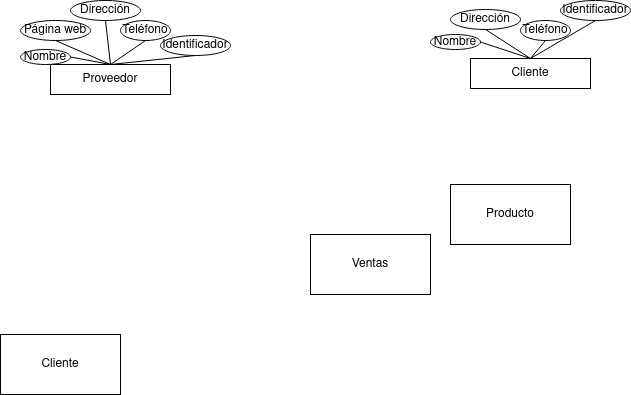
This is Unidad-1/Tareas/Tarea-1/Primer Diagrama.drawio.png from RafaelMayor/base-datos, a draw.io export, as it was before one commit. Source tidied: cells renumbered, new cells last; positions are measured from the earlier drawing's top-left corner, leaving out a move shared by most shapes. Source of this version:
```xml
<mxGraphModel>
  <root>
    <mxCell id="0" />
    <mxCell id="1" parent="0" />
    <mxCell id="2" value="Proveedor" style="rounded=0;whiteSpace=wrap;html=1;" parent="1" vertex="1">
      <mxGeometry x="50" y="64" width="120" height="30" as="geometry" />
    </mxCell>
    <mxCell id="3" style="endArrow=none;html=1;rounded=0;exitX=0.5;exitY=1;exitDx=0;exitDy=0;entryX=0.5;entryY=0;entryDx=0;entryDy=0;" parent="1" edge="1" source="7" target="2">
      <mxGeometry relative="1" as="geometry" />
    </mxCell>
    <mxCell id="4" value="Cliente" style="rounded=0;whiteSpace=wrap;html=1;" parent="1" vertex="1">
      <mxGeometry y="334" width="120" height="60" as="geometry" />
    </mxCell>
    <mxCell id="5" value="Producto" style="rounded=0;whiteSpace=wrap;html=1;" parent="1" vertex="1">
      <mxGeometry x="450" y="184" width="120" height="60" as="geometry" />
    </mxCell>
    <mxCell id="6" value="Ventas" style="rounded=0;whiteSpace=wrap;html=1;" parent="1" vertex="1">
      <mxGeometry x="310" y="234" width="120" height="60" as="geometry" />
    </mxCell>
    <mxCell id="7" value="Identificador" style="ellipse;whiteSpace=wrap;html=1;" parent="1" vertex="1">
      <mxGeometry x="160" y="35" width="70" height="20" as="geometry" />
    </mxCell>
    <mxCell id="8" value="Nombre" style="ellipse;whiteSpace=wrap;html=1;" parent="1" vertex="1">
      <mxGeometry x="20" y="49" width="50" height="15" as="geometry" />
    </mxCell>
    <mxCell id="9" value="Dirección" style="ellipse;whiteSpace=wrap;html=1;" parent="1" vertex="1">
      <mxGeometry x="70" width="70" height="20" as="geometry" />
    </mxCell>
    <mxCell id="10" value="Teléfono" style="ellipse;whiteSpace=wrap;html=1;" parent="1" vertex="1">
      <mxGeometry x="120" y="20" width="50" height="20" as="geometry" />
    </mxCell>
    <mxCell id="11" value="Página web" style="ellipse;whiteSpace=wrap;html=1;" parent="1" vertex="1">
      <mxGeometry x="20" y="20" width="70" height="20" as="geometry" />
    </mxCell>
    <mxCell id="12" style="endArrow=none;html=1;rounded=0;entryX=1;entryY=0.5;entryDx=0;entryDy=0;exitX=0.5;exitY=0;exitDx=0;exitDy=0;" parent="1" edge="1" source="2" target="8">
      <mxGeometry relative="1" as="geometry" />
    </mxCell>
    <mxCell id="13" style="endArrow=none;html=1;rounded=0;entryX=0.5;entryY=1;entryDx=0;entryDy=0;exitX=0.5;exitY=0;exitDx=0;exitDy=0;" parent="1" edge="1" source="2" target="11">
      <mxGeometry relative="1" as="geometry" />
    </mxCell>
    <mxCell id="14" style="endArrow=none;html=1;rounded=0;entryX=0.5;entryY=1;entryDx=0;entryDy=0;exitX=0.5;exitY=0;exitDx=0;exitDy=0;" parent="1" edge="1" source="2" target="9">
      <mxGeometry relative="1" as="geometry" />
    </mxCell>
    <mxCell id="15" style="endArrow=none;html=1;rounded=0;exitX=0.5;exitY=0;exitDx=0;exitDy=0;entryX=0.5;entryY=1;entryDx=0;entryDy=0;" parent="1" edge="1" source="2" target="10">
      <mxGeometry relative="1" as="geometry" />
    </mxCell>
    <mxCell id="16" value="Cliente" style="rounded=0;whiteSpace=wrap;html=1;" parent="1" vertex="1">
      <mxGeometry x="470" y="58" width="120" height="30" as="geometry" />
    </mxCell>
    <mxCell id="17" style="endArrow=none;html=1;rounded=0;exitX=0.5;exitY=1;exitDx=0;exitDy=0;entryX=0.5;entryY=0;entryDx=0;entryDy=0;" parent="1" edge="1" source="18" target="16">
      <mxGeometry relative="1" as="geometry" />
    </mxCell>
    <mxCell id="18" value="Identificador" style="ellipse;whiteSpace=wrap;html=1;" parent="1" vertex="1">
      <mxGeometry x="560" width="70" height="20" as="geometry" />
    </mxCell>
    <mxCell id="19" value="Nombre" style="ellipse;whiteSpace=wrap;html=1;" parent="1" vertex="1">
      <mxGeometry x="430" y="34" width="50" height="15" as="geometry" />
    </mxCell>
    <mxCell id="20" value="Dirección" style="ellipse;whiteSpace=wrap;html=1;" parent="1" vertex="1">
      <mxGeometry x="450" y="9" width="70" height="20" as="geometry" />
    </mxCell>
    <mxCell id="21" value="Teléfono" style="ellipse;whiteSpace=wrap;html=1;" parent="1" vertex="1">
      <mxGeometry x="520" y="20" width="50" height="20" as="geometry" />
    </mxCell>
    <mxCell id="22" style="endArrow=none;html=1;rounded=0;entryX=1;entryY=0.5;entryDx=0;entryDy=0;exitX=0.5;exitY=0;exitDx=0;exitDy=0;" parent="1" edge="1" source="16" target="19">
      <mxGeometry relative="1" as="geometry" />
    </mxCell>
    <mxCell id="23" style="endArrow=none;html=1;rounded=0;entryX=0.5;entryY=1;entryDx=0;entryDy=0;exitX=0.5;exitY=0;exitDx=0;exitDy=0;" parent="1" edge="1" source="16" target="20">
      <mxGeometry relative="1" as="geometry" />
    </mxCell>
    <mxCell id="24" style="endArrow=none;html=1;rounded=0;exitX=0.5;exitY=0;exitDx=0;exitDy=0;entryX=0.5;entryY=1;entryDx=0;entryDy=0;" parent="1" edge="1" source="16" target="21">
      <mxGeometry relative="1" as="geometry" />
    </mxCell>
  </root>
</mxGraphModel>
```
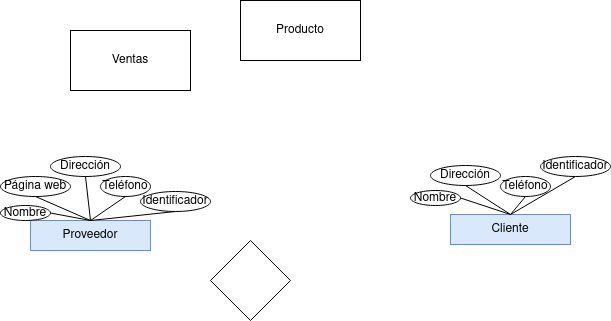
After the change.

Change to the diagram source:
```diff
@@ -2,20 +2,17 @@
   <root>
     <mxCell id="0" />
     <mxCell id="1" parent="0" />
-    <mxCell id="2" value="Proveedor" style="rounded=0;whiteSpace=wrap;html=1;" parent="1" vertex="1">
+    <mxCell id="2" value="Proveedor" style="rounded=0;whiteSpace=wrap;html=1;fillColor=#dae8fc;strokeColor=#6c8ebf;" parent="1" vertex="1">
       <mxGeometry x="50" y="64" width="120" height="30" as="geometry" />
     </mxCell>
     <mxCell id="3" style="endArrow=none;html=1;rounded=0;exitX=0.5;exitY=1;exitDx=0;exitDy=0;entryX=0.5;entryY=0;entryDx=0;entryDy=0;" parent="1" edge="1" source="7" target="2">
       <mxGeometry relative="1" as="geometry" />
     </mxCell>
-    <mxCell id="4" value="Cliente" style="rounded=0;whiteSpace=wrap;html=1;" parent="1" vertex="1">
-      <mxGeometry y="334" width="120" height="60" as="geometry" />
-    </mxCell>
     <mxCell id="5" value="Producto" style="rounded=0;whiteSpace=wrap;html=1;" parent="1" vertex="1">
-      <mxGeometry x="450" y="184" width="120" height="60" as="geometry" />
+      <mxGeometry x="260" y="-156" width="120" height="60" as="geometry" />
     </mxCell>
     <mxCell id="6" value="Ventas" style="rounded=0;whiteSpace=wrap;html=1;" parent="1" vertex="1">
-      <mxGeometry x="310" y="234" width="120" height="60" as="geometry" />
+      <mxGeometry x="90" y="-126" width="120" height="60" as="geometry" />
     </mxCell>
     <mxCell id="7" value="Identificador" style="ellipse;whiteSpace=wrap;html=1;" parent="1" vertex="1">
       <mxGeometry x="160" y="35" width="70" height="20" as="geometry" />
@@ -44,7 +41,7 @@
     <mxCell id="15" style="endArrow=none;html=1;rounded=0;exitX=0.5;exitY=0;exitDx=0;exitDy=0;entryX=0.5;entryY=1;entryDx=0;entryDy=0;" parent="1" edge="1" source="2" target="10">
       <mxGeometry relative="1" as="geometry" />
     </mxCell>
-    <mxCell id="16" value="Cliente" style="rounded=0;whiteSpace=wrap;html=1;" parent="1" vertex="1">
+    <mxCell id="16" value="Cliente" style="rounded=0;whiteSpace=wrap;html=1;fillColor=#dae8fc;strokeColor=#6c8ebf;" parent="1" vertex="1">
       <mxGeometry x="470" y="58" width="120" height="30" as="geometry" />
     </mxCell>
     <mxCell id="17" style="endArrow=none;html=1;rounded=0;exitX=0.5;exitY=1;exitDx=0;exitDy=0;entryX=0.5;entryY=0;entryDx=0;entryDy=0;" parent="1" edge="1" source="18" target="16">
@@ -71,5 +68,8 @@
     <mxCell id="24" style="endArrow=none;html=1;rounded=0;exitX=0.5;exitY=0;exitDx=0;exitDy=0;entryX=0.5;entryY=1;entryDx=0;entryDy=0;" parent="1" edge="1" source="16" target="21">
       <mxGeometry relative="1" as="geometry" />
     </mxCell>
+    <mxCell id="25" style="rhombus;whiteSpace=wrap;html=1;" parent="1" vertex="1">
+      <mxGeometry x="230" y="84" width="80" height="80" as="geometry" />
+    </mxCell>
   </root>
 </mxGraphModel>
```
